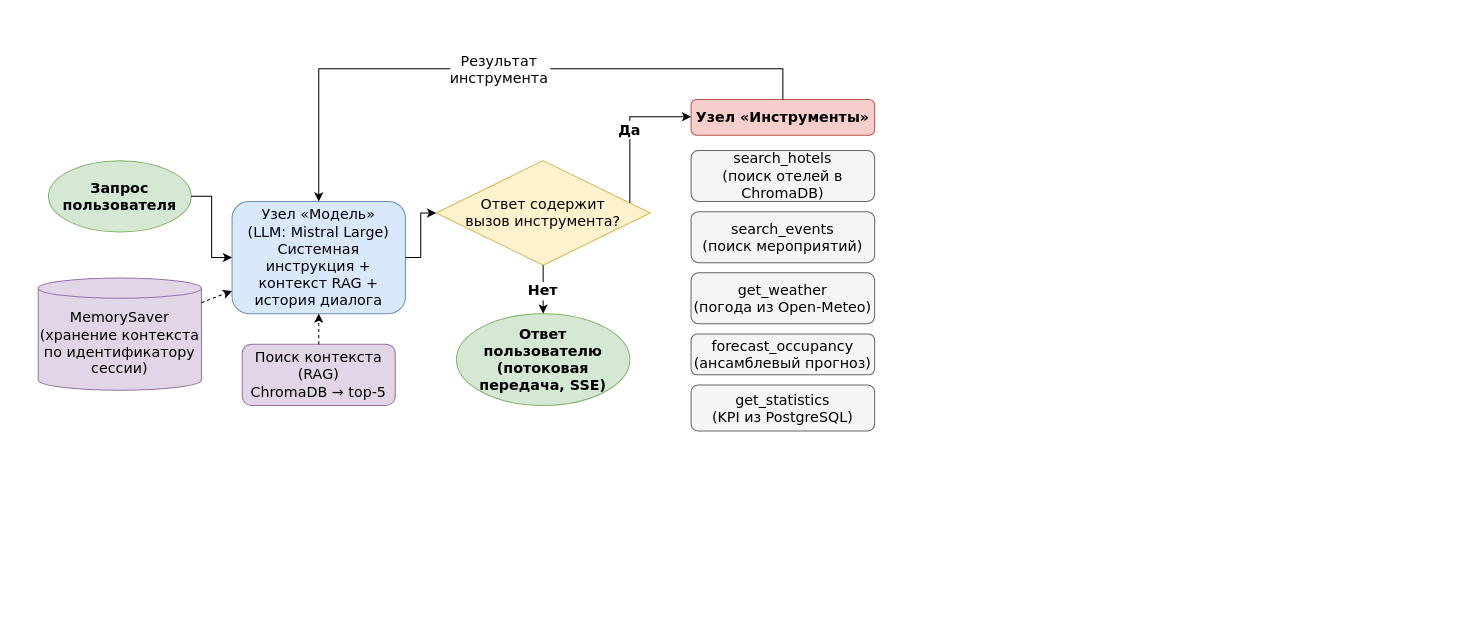
Vad1mah/irkutsk-tourism-ias keeps this draw.io diagram as docs/vkr/figures/figure_3_agent_graph.drawio. Above is the earlier version. Source tidied: cells renumbered, new cells numbered last; positions are measured from the earlier drawing's top-left corner, leaving out a move shared by most shapes. Both pictures are drawn from the tidied source at 102%, with x=0, y=0 at pixel (38, 68).
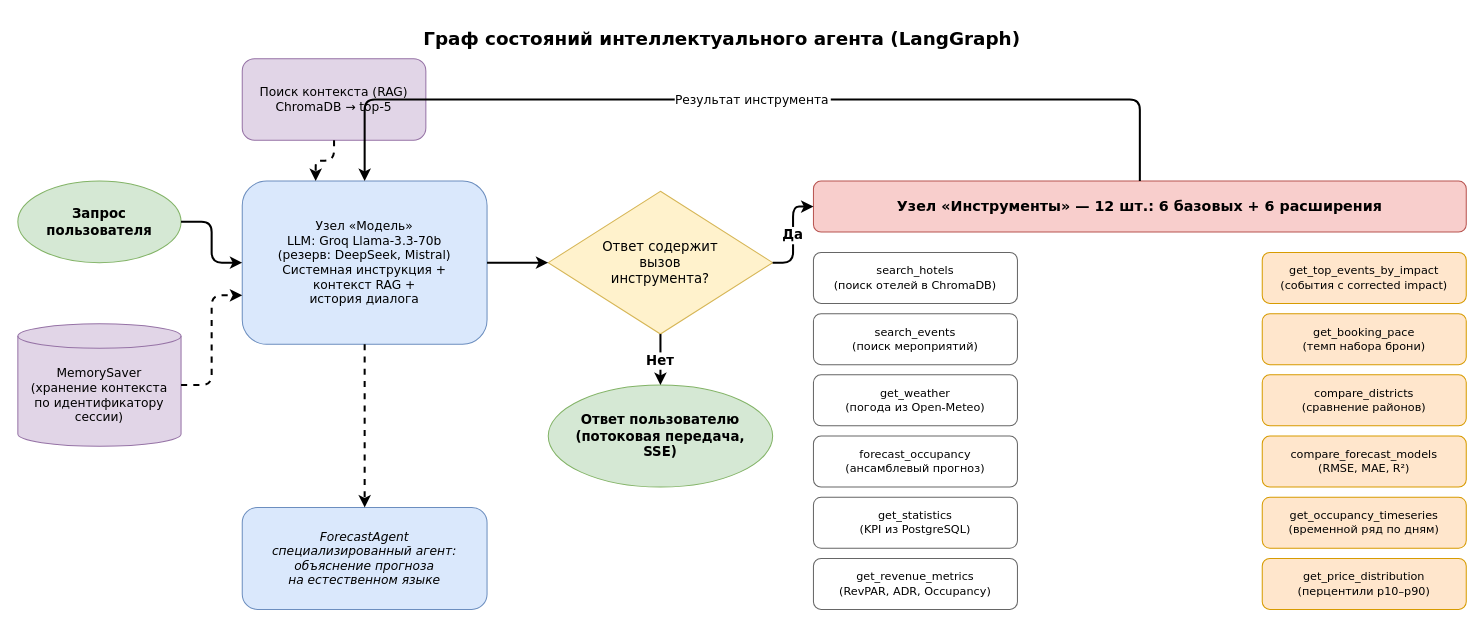
After the change.

Change to the diagram source:
```diff
@@
+    <mxCell id="21" value="Граф состояний интеллектуального агента (LangGraph)" style="text;html=1;align=center;verticalAlign=middle;fontFamily=Verdana;fontSize=18;fontStyle=1;fillColor=none;strokeColor=none;" parent="1" vertex="1">
+      <mxGeometry x="-20" y="-50" width="1380" height="40" as="geometry" />
+    </mxCell>
-    <mxCell id="2" value="Запрос&#10;пользователя" style="ellipse;whiteSpace=wrap;html=1;fillColor=#d5e8d4;strokeColor=#82b366;fontSize=14;fontFamily=Verdana;fontStyle=1;" parent="1" vertex="1">
-      <mxGeometry x="10" y="90" width="140" height="70" as="geometry" />
+    <mxCell id="2" value="Запрос&#10;пользователя" style="ellipse;whiteSpace=wrap;html=1;fillColor=#d5e8d4;strokeColor=#82b366;fontSize=13;fontFamily=Verdana;fontStyle=1;align=center;verticalAlign=middle;" parent="1" vertex="1">
+      <mxGeometry x="-20" y="110" width="160" height="80" as="geometry" />
     </mxCell>
+    <mxCell id="13" value="MemorySaver&#10;(хранение контекста&#10;по идентификатору&#10;сессии)" style="shape=cylinder3;whiteSpace=wrap;html=1;boundedLbl=1;backgroundOutline=1;size=12;fillColor=#e1d5e7;strokeColor=#9673a6;fontSize=12;fontFamily=Verdana;align=center;verticalAlign=middle;" parent="1" vertex="1">
+      <mxGeometry x="-20" y="250" width="160" height="120" as="geometry" />
+    </mxCell>
-    <mxCell id="3" value="Поиск контекста&#10;(RAG)&#10;ChromaDB → top-5" style="rounded=1;whiteSpace=wrap;html=1;fillColor=#e1d5e7;strokeColor=#9673a6;fontSize=14;fontFamily=Verdana;" parent="1" vertex="1">
-      <mxGeometry x="200" y="270" width="150" height="60" as="geometry" />
+    <mxCell id="3" value="Поиск контекста (RAG)&#10;ChromaDB → top-5" style="rounded=1;whiteSpace=wrap;html=1;fillColor=#e1d5e7;strokeColor=#9673a6;fontSize=12;fontFamily=Verdana;align=center;verticalAlign=middle;" parent="1" vertex="1">
+      <mxGeometry x="200" y="-10" width="180" height="80" as="geometry" />
     </mxCell>
-    <mxCell id="4" value="Узел «Модель»&lt;br&gt;(LLM: Mistral Large)&lt;br&gt;Системная инструкция +&lt;br&gt;контекст RAG +&lt;br&gt;история диалога" style="rounded=1;whiteSpace=wrap;html=1;fillColor=#dae8fc;strokeColor=#6c8ebf;fontSize=14;fontFamily=Verdana;fontStyle=0;" parent="1" vertex="1">
-      <mxGeometry x="190" y="130" width="170" height="110" as="geometry" />
+    <mxCell id="4" value="Узел «Модель»&#10;LLM: Groq Llama-3.3-70b&#10;(резерв: DeepSeek, Mistral)&#10;Системная инструкция +&#10;контекст RAG +&#10;история диалога" style="rounded=1;whiteSpace=wrap;html=1;fillColor=#dae8fc;strokeColor=#6c8ebf;fontSize=12;fontFamily=Verdana;align=center;verticalAlign=middle;" parent="1" vertex="1">
+      <mxGeometry x="200" y="110" width="240" height="160" as="geometry" />
     </mxCell>
-    <mxCell id="5" value="Ответ содержит&#10;вызов инструмента?" style="rhombus;whiteSpace=wrap;html=1;fillColor=#fff2cc;strokeColor=#d6b656;fontSize=14;fontFamily=Verdana;" parent="1" vertex="1">
-      <mxGeometry x="390" y="90" width="210" height="102.5" as="geometry" />
+    <mxCell id="5" value="Ответ содержит&#10;вызов&#10;инструмента?" style="rhombus;whiteSpace=wrap;html=1;fillColor=#fff2cc;strokeColor=#d6b656;fontSize=13;fontFamily=Verdana;align=center;verticalAlign=middle;" parent="1" vertex="1">
+      <mxGeometry x="500" y="120" width="220" height="140" as="geometry" />
     </mxCell>
-    <mxCell id="6" value="Узел «Инструменты»" style="rounded=1;whiteSpace=wrap;html=1;fillColor=#f8cecc;strokeColor=#b85450;fontSize=14;fontFamily=Verdana;fontStyle=1;" parent="1" vertex="1">
-      <mxGeometry x="640" y="30" width="180" height="35" as="geometry" />
-    </mxCell>
+    <mxCell id="12" value="Ответ пользователю&#10;(потоковая передача,&#10;SSE)" style="ellipse;whiteSpace=wrap;html=1;fillColor=#d5e8d4;strokeColor=#82b366;fontSize=13;fontFamily=Verdana;fontStyle=1;align=center;verticalAlign=middle;" parent="1" vertex="1">
+      <mxGeometry x="500" y="310" width="220" height="100" as="geometry" />
+    </mxCell>
+    <mxCell id="22" value="Узел «Инструменты» — 12 шт.: 6 базовых + 6 расширения" style="rounded=1;whiteSpace=wrap;html=1;fillColor=#f8cecc;strokeColor=#b85450;fontSize=14;fontFamily=Verdana;fontStyle=1;align=center;verticalAlign=middle;" parent="1" vertex="1">
+      <mxGeometry x="760" y="110" width="640" height="50" as="geometry" />
+    </mxCell>
-    <mxCell id="7" value="search_hotels&#10;(поиск отелей в ChromaDB)" style="rounded=1;whiteSpace=wrap;html=1;fillColor=#f5f5f5;strokeColor=#666666;fontSize=14;fontFamily=Verdana;" parent="1" vertex="1">
-      <mxGeometry x="640" y="80" width="180" height="50" as="geometry" />
+    <mxCell id="7" value="search_hotels&#10;(поиск отелей в ChromaDB)" style="rounded=1;whiteSpace=wrap;html=1;fillColor=#ffffff;strokeColor=#666666;fontSize=11;fontFamily=Verdana;align=center;verticalAlign=middle;" parent="1" vertex="1">
+      <mxGeometry x="760" y="180" width="200" height="50" as="geometry" />
     </mxCell>
-    <mxCell id="8" value="search_events&#10;(поиск мероприятий)" style="rounded=1;whiteSpace=wrap;html=1;fillColor=#f5f5f5;strokeColor=#666666;fontSize=14;fontFamily=Verdana;" parent="1" vertex="1">
-      <mxGeometry x="640" y="140" width="180" height="50" as="geometry" />
+    <mxCell id="8" value="search_events&#10;(поиск мероприятий)" style="rounded=1;whiteSpace=wrap;html=1;fillColor=#ffffff;strokeColor=#666666;fontSize=11;fontFamily=Verdana;align=center;verticalAlign=middle;" parent="1" vertex="1">
+      <mxGeometry x="760" y="240" width="200" height="50" as="geometry" />
     </mxCell>
-    <mxCell id="9" value="get_weather&#10;(погода из Open-Meteo)" style="rounded=1;whiteSpace=wrap;html=1;fillColor=#f5f5f5;strokeColor=#666666;fontSize=14;fontFamily=Verdana;" parent="1" vertex="1">
-      <mxGeometry x="640" y="200" width="180" height="50" as="geometry" />
+    <mxCell id="9" value="get_weather&#10;(погода из Open-Meteo)" style="rounded=1;whiteSpace=wrap;html=1;fillColor=#ffffff;strokeColor=#666666;fontSize=11;fontFamily=Verdana;align=center;verticalAlign=middle;" parent="1" vertex="1">
+      <mxGeometry x="760" y="300" width="200" height="50" as="geometry" />
     </mxCell>
-    <mxCell id="10" value="forecast_occupancy&#10;(ансамблевый прогноз)" style="rounded=1;whiteSpace=wrap;html=1;fillColor=#f5f5f5;strokeColor=#666666;fontSize=14;fontFamily=Verdana;" parent="1" vertex="1">
-      <mxGeometry x="640" y="260" width="180" height="40" as="geometry" />
+    <mxCell id="10" value="forecast_occupancy&#10;(ансамблевый прогноз)" style="rounded=1;whiteSpace=wrap;html=1;fillColor=#ffffff;strokeColor=#666666;fontSize=11;fontFamily=Verdana;align=center;verticalAlign=middle;" parent="1" vertex="1">
+      <mxGeometry x="760" y="360" width="200" height="50" as="geometry" />
     </mxCell>
-    <mxCell id="11" value="get_statistics&#10;(KPI из PostgreSQL)" style="rounded=1;whiteSpace=wrap;html=1;fillColor=#f5f5f5;strokeColor=#666666;fontSize=14;fontFamily=Verdana;" parent="1" vertex="1">
-      <mxGeometry x="640" y="310" width="180" height="45" as="geometry" />
+    <mxCell id="11" value="get_statistics&#10;(KPI из PostgreSQL)" style="rounded=1;whiteSpace=wrap;html=1;fillColor=#ffffff;strokeColor=#666666;fontSize=11;fontFamily=Verdana;align=center;verticalAlign=middle;" parent="1" vertex="1">
+      <mxGeometry x="760" y="420" width="200" height="50" as="geometry" />
     </mxCell>
-    <mxCell id="12" value="Ответ&#10;пользователю&#10;(потоковая передача, SSE)" style="ellipse;whiteSpace=wrap;html=1;fillColor=#d5e8d4;strokeColor=#82b366;fontSize=14;fontFamily=Verdana;fontStyle=1;" parent="1" vertex="1">
-      <mxGeometry x="410" y="240" width="170" height="90" as="geometry" />
-    </mxCell>
-    <mxCell id="13" value="MemorySaver&#10;(хранение контекста&#10;по идентификатору&#10;сессии)" style="shape=cylinder3;whiteSpace=wrap;html=1;boundedLbl=1;backgroundOutline=1;size=10;fillColor=#e1d5e7;strokeColor=#9673a6;fontSize=14;fontFamily=Verdana;" parent="1" vertex="1">
-      <mxGeometry y="205" width="160" height="110" as="geometry" />
-    </mxCell>
+    <mxCell id="23" value="get_revenue_metrics&#10;(RevPAR, ADR, Occupancy)" style="rounded=1;whiteSpace=wrap;html=1;fillColor=#ffffff;strokeColor=#666666;fontSize=11;fontFamily=Verdana;align=center;verticalAlign=middle;" parent="1" vertex="1">
+      <mxGeometry x="760" y="480" width="200" height="50" as="geometry" />
+    </mxCell>
+    <mxCell id="24" value="get_top_events_by_impact&#10;(события с corrected impact)" style="rounded=1;whiteSpace=wrap;html=1;fillColor=#ffe6cc;strokeColor=#d79b00;fontSize=11;fontFamily=Verdana;align=center;verticalAlign=middle;" parent="1" vertex="1">
+      <mxGeometry x="1200" y="180" width="200" height="50" as="geometry" />
+    </mxCell>
+    <mxCell id="25" value="get_booking_pace&#10;(темп набора брони)" style="rounded=1;whiteSpace=wrap;html=1;fillColor=#ffe6cc;strokeColor=#d79b00;fontSize=11;fontFamily=Verdana;align=center;verticalAlign=middle;" parent="1" vertex="1">
+      <mxGeometry x="1200" y="240" width="200" height="50" as="geometry" />
+    </mxCell>
+    <mxCell id="26" value="compare_districts&#10;(сравнение районов)" style="rounded=1;whiteSpace=wrap;html=1;fillColor=#ffe6cc;strokeColor=#d79b00;fontSize=11;fontFamily=Verdana;align=center;verticalAlign=middle;" parent="1" vertex="1">
+      <mxGeometry x="1200" y="300" width="200" height="50" as="geometry" />
+    </mxCell>
+    <mxCell id="27" value="compare_forecast_models&#10;(RMSE, MAE, R²)" style="rounded=1;whiteSpace=wrap;html=1;fillColor=#ffe6cc;strokeColor=#d79b00;fontSize=11;fontFamily=Verdana;align=center;verticalAlign=middle;" parent="1" vertex="1">
+      <mxGeometry x="1200" y="360" width="200" height="50" as="geometry" />
+    </mxCell>
+    <mxCell id="28" value="get_occupancy_timeseries&#10;(временной ряд по дням)" style="rounded=1;whiteSpace=wrap;html=1;fillColor=#ffe6cc;strokeColor=#d79b00;fontSize=11;fontFamily=Verdana;align=center;verticalAlign=middle;" parent="1" vertex="1">
+      <mxGeometry x="1200" y="420" width="200" height="50" as="geometry" />
+    </mxCell>
+    <mxCell id="29" value="get_price_distribution&#10;(перцентили p10–p90)" style="rounded=1;whiteSpace=wrap;html=1;fillColor=#ffe6cc;strokeColor=#d79b00;fontSize=11;fontFamily=Verdana;align=center;verticalAlign=middle;" parent="1" vertex="1">
+      <mxGeometry x="1200" y="480" width="200" height="50" as="geometry" />
+    </mxCell>
+    <mxCell id="30" value="ForecastAgent&#10;специализированный агент:&#10;объяснение прогноза&#10;на естественном языке" style="rounded=1;whiteSpace=wrap;html=1;fillColor=#dae8fc;strokeColor=#6c8ebf;fontSize=12;fontFamily=Verdana;fontStyle=2;align=center;verticalAlign=middle;" parent="1" vertex="1">
+      <mxGeometry x="200" y="430" width="240" height="100" as="geometry" />
+    </mxCell>
-    <mxCell id="14" style="edgeStyle=orthogonalEdgeStyle;rounded=0;fontFamily=Verdana;fontSize=14;" parent="1" edge="1" source="2" target="4">
+    <mxCell id="14" style="endArrow=classic;edgeStyle=orthogonalEdgeStyle;exitX=1;exitY=0.5;entryX=0;entryY=0.5;strokeWidth=2;fontFamily=Verdana;fontSize=12;" parent="1" edge="1" source="2" target="4">
       <mxGeometry relative="1" as="geometry" />
     </mxCell>
-    <mxCell id="15" style="edgeStyle=orthogonalEdgeStyle;rounded=0;dashed=1;fontFamily=Verdana;fontSize=14;" parent="1" edge="1" source="3" target="4">
+    <mxCell id="15" style="endArrow=classic;edgeStyle=orthogonalEdgeStyle;dashed=1;exitX=0.5;exitY=1;entryX=0.3;entryY=0;strokeWidth=2;fontFamily=Verdana;fontSize=12;" parent="1" edge="1" source="3" target="4">
       <mxGeometry relative="1" as="geometry" />
     </mxCell>
+    <mxCell id="20" style="endArrow=classic;edgeStyle=orthogonalEdgeStyle;dashed=1;exitX=1;exitY=0.5;entryX=0;entryY=0.7;strokeWidth=2;fontFamily=Verdana;fontSize=12;" parent="1" edge="1" source="13" target="4">
+      <mxGeometry relative="1" as="geometry" />
+    </mxCell>
-    <mxCell id="16" style="edgeStyle=orthogonalEdgeStyle;rounded=0;fontFamily=Verdana;fontSize=14;" parent="1" edge="1" source="4" target="5">
+    <mxCell id="16" style="endArrow=classic;edgeStyle=orthogonalEdgeStyle;exitX=1;exitY=0.5;entryX=0;entryY=0.5;strokeWidth=2;fontFamily=Verdana;fontSize=12;" parent="1" edge="1" source="4" target="5">
       <mxGeometry relative="1" as="geometry" />
     </mxCell>
-    <mxCell id="17" value="Да" style="edgeStyle=orthogonalEdgeStyle;rounded=0;fontFamily=Verdana;fontSize=14;fontStyle=1;" parent="1" edge="1" source="5" target="6">
-      <mxGeometry relative="1" as="geometry">
-        <Array as="points">
-          <mxPoint x="580" y="185" />
-          <mxPoint x="580" y="47" />
-        </Array>
-      </mxGeometry>
+    <mxCell id="17" value="Да" style="endArrow=classic;edgeStyle=orthogonalEdgeStyle;exitX=1;exitY=0.5;entryX=0;entryY=0.5;strokeWidth=2;fontFamily=Verdana;fontSize=13;fontStyle=1;" parent="1" edge="1" source="5" target="22">
+      <mxGeometry relative="1" as="geometry" />
     </mxCell>
-    <mxCell id="18" value="Нет" style="edgeStyle=orthogonalEdgeStyle;rounded=0;fontFamily=Verdana;fontSize=14;fontStyle=1;" parent="1" edge="1" source="5" target="12">
+    <mxCell id="18" value="Нет" style="endArrow=classic;edgeStyle=orthogonalEdgeStyle;exitX=0.5;exitY=1;entryX=0.5;entryY=0;strokeWidth=2;fontFamily=Verdana;fontSize=13;fontStyle=1;" parent="1" edge="1" source="5" target="12">
       <mxGeometry relative="1" as="geometry" />
     </mxCell>
-    <mxCell id="19" value="Результат&#10;инструмента" style="edgeStyle=orthogonalEdgeStyle;rounded=0;fontFamily=Verdana;fontSize=14;" parent="1" edge="1" source="6" target="4">
+    <mxCell id="19" value="Результат инструмента" style="endArrow=classic;edgeStyle=orthogonalEdgeStyle;exitX=0.5;exitY=0;entryX=0.5;entryY=0;strokeWidth=2;fontFamily=Verdana;fontSize=12;" parent="1" edge="1" source="22" target="4">
       <mxGeometry relative="1" as="geometry">
         <Array as="points">
-          <mxPoint x="730" />
-          <mxPoint x="275" />
+          <mxPoint x="1080" y="30" />
+          <mxPoint x="320" y="30" />
         </Array>
       </mxGeometry>
     </mxCell>
-    <mxCell id="20" style="dashed=1;fontFamily=Verdana;fontSize=14;" parent="1" edge="1" source="13" target="4">
-      <mxGeometry relative="1" as="geometry" />
-    </mxCell>
+    <mxCell id="31" style="endArrow=classic;edgeStyle=orthogonalEdgeStyle;dashed=1;exitX=0.5;exitY=1;entryX=0.5;entryY=0;strokeWidth=2;fontFamily=Verdana;fontSize=12;" parent="1" edge="1" source="4" target="30">
+      <mxGeometry relative="1" as="geometry" />
+    </mxCell>
```
